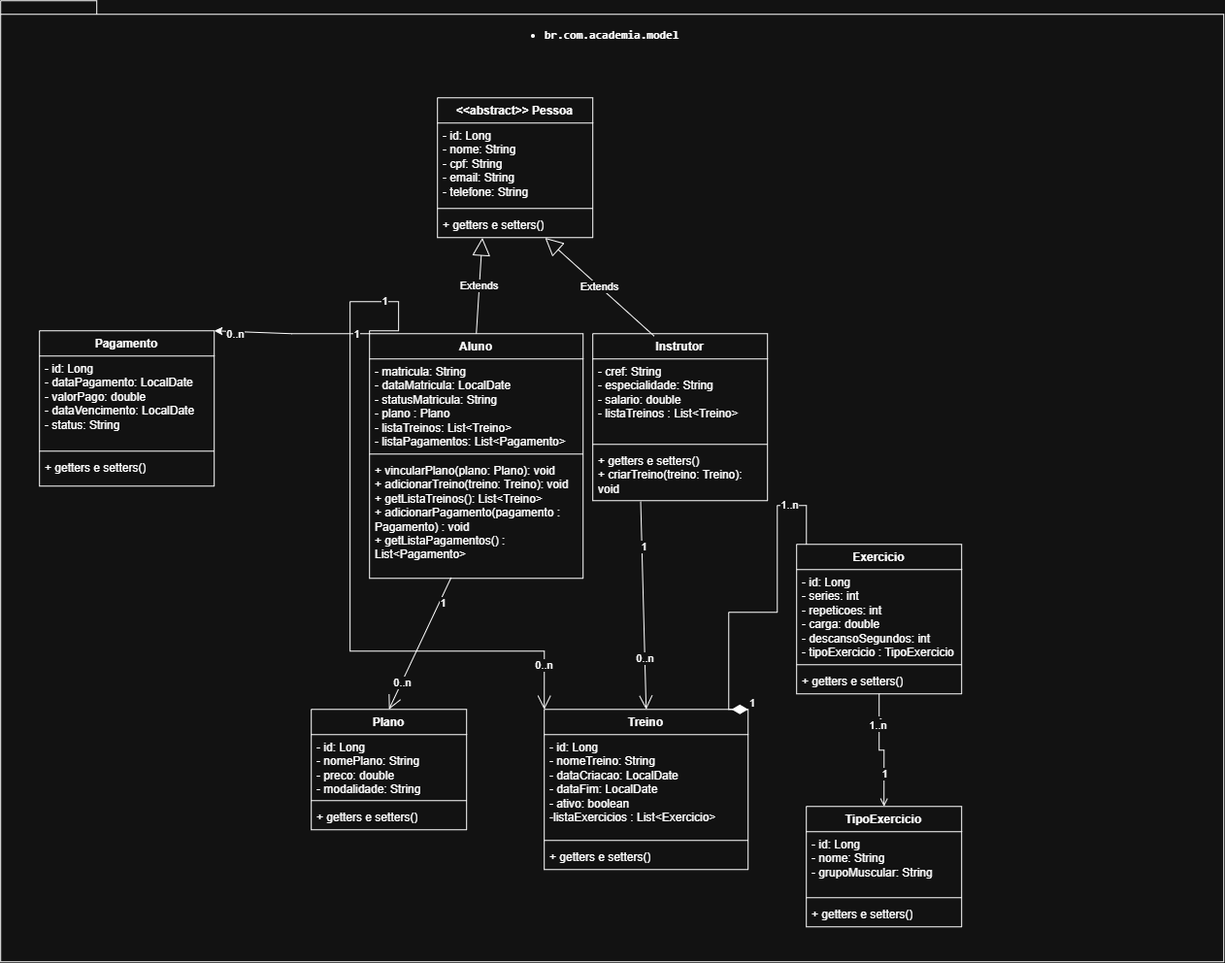
The draw.io diagram Projeto Academia.drawio.png in JoseBreno2026/academia, before a commit. Source tidied: cells renumbered, new cells last; positions are measured from the earlier drawing's top-left corner, leaving out a move shared by most shapes. Source of this version:
```xml
<mxGraphModel>
  <root>
    <mxCell id="0" />
    <mxCell id="1" parent="0" />
    <mxCell id="2" value="&lt;li&gt;&lt;p style=&quot;&quot;&gt;&lt;code style=&quot;line-height: 0%;&quot;&gt;br.com.academia.model&lt;/code&gt;&lt;/p&gt;&lt;/li&gt;" style="shape=folder;fontStyle=1;spacingTop=10;tabWidth=40;tabHeight=14;tabPosition=left;html=1;whiteSpace=wrap;align=center;verticalAlign=top;" parent="1" vertex="1">
      <mxGeometry width="1260" height="990" as="geometry" />
    </mxCell>
    <mxCell id="3" value="&amp;lt;&amp;lt;abstract&amp;gt;&amp;gt; Pessoa&lt;div&gt;&lt;br&gt;&lt;/div&gt;" style="swimlane;fontStyle=1;align=center;verticalAlign=top;horizontal=1;startSize=26;whiteSpace=wrap;html=1;" parent="1" vertex="1">
      <mxGeometry x="450" y="100" width="160" height="144" as="geometry" />
    </mxCell>
    <mxCell id="4" value="- id: Long&lt;div&gt;- nome: String&lt;/div&gt;&lt;div&gt;- cpf: String&lt;/div&gt;&lt;div&gt;- email: String&lt;/div&gt;&lt;div&gt;- telefone: String&lt;/div&gt;" style="text;strokeColor=none;fillColor=none;align=left;verticalAlign=top;spacingLeft=4;spacingRight=4;overflow=hidden;whiteSpace=wrap;html=1;" parent="3" vertex="1">
      <mxGeometry y="26" width="160" height="84" as="geometry" />
    </mxCell>
    <mxCell id="5" style="line;strokeWidth=1;fillColor=none;align=left;verticalAlign=middle;spacingTop=-1;spacingLeft=3;spacingRight=3;labelPosition=right;strokeColor=inherit;" parent="3" vertex="1">
      <mxGeometry y="110" width="160" height="8" as="geometry" />
    </mxCell>
    <mxCell id="6" value="+ getters e setters()" style="text;strokeColor=none;fillColor=none;align=left;verticalAlign=top;spacingLeft=4;spacingRight=4;overflow=hidden;points=[[0,0.5],[1,0.5]];portConstraint=eastwest;whiteSpace=wrap;html=1;" parent="3" vertex="1">
      <mxGeometry y="118" width="160" height="26" as="geometry" />
    </mxCell>
    <mxCell id="7" style="rounded=0;jettySize=auto;html=1;exitX=0;exitY=0;exitDx=0;exitDy=0;entryX=1;entryY=0;entryDx=0;entryDy=0;" parent="1" edge="1" source="10" target="51">
      <mxGeometry relative="1" as="geometry">
        <Array as="points">
          <mxPoint x="300" y="343" />
        </Array>
      </mxGeometry>
    </mxCell>
    <mxCell id="8" value="1" style="edgeLabel;html=1;align=center;verticalAlign=middle;" parent="7" vertex="1">
      <mxGeometry x="-0.82" relative="1" as="geometry" />
    </mxCell>
    <mxCell id="9" value="0..n" style="edgeLabel;html=1;align=center;verticalAlign=middle;" parent="7" vertex="1">
      <mxGeometry x="0.73" y="2" relative="1" as="geometry" />
    </mxCell>
    <mxCell id="10" value="&lt;div&gt;Aluno&lt;/div&gt;" style="swimlane;fontStyle=1;align=center;verticalAlign=top;horizontal=1;startSize=26;whiteSpace=wrap;html=1;" parent="1" vertex="1">
      <mxGeometry x="380" y="343" width="220" height="252" as="geometry" />
    </mxCell>
    <mxCell id="11" value="- matricula: String&lt;div&gt;- dataMatricula: LocalDate&lt;/div&gt;&lt;div&gt;- statusMatricula: String&lt;/div&gt;&lt;div&gt;- plano : Plano&lt;/div&gt;&lt;div&gt;- listaTreinos: List&amp;lt;Treino&amp;gt;&lt;/div&gt;&lt;div&gt;- listaPagamentos: List&amp;lt;Pagamento&amp;gt;&lt;/div&gt;&lt;div&gt;&lt;br&gt;&lt;/div&gt;" style="text;strokeColor=none;fillColor=none;align=left;verticalAlign=top;spacingLeft=4;spacingRight=4;overflow=hidden;whiteSpace=wrap;html=1;" parent="10" vertex="1">
      <mxGeometry y="26" width="220" height="94" as="geometry" />
    </mxCell>
    <mxCell id="12" style="line;strokeWidth=1;fillColor=none;align=left;verticalAlign=middle;spacingTop=-1;spacingLeft=3;spacingRight=3;labelPosition=right;strokeColor=inherit;" parent="10" vertex="1">
      <mxGeometry y="120" width="220" height="8" as="geometry" />
    </mxCell>
    <mxCell id="13" value="+ vincularPlano(plano: Plano): void&amp;nbsp;&lt;div&gt;&lt;div&gt;+ adicionarTreino(treino: Treino): void&lt;/div&gt;&lt;div&gt;+ getListaTreinos(): List&amp;lt;Treino&amp;gt;&lt;/div&gt;&lt;/div&gt;&lt;div&gt;+ adicionarPagamento(pagamento : Pagamento) : void&lt;/div&gt;&lt;div&gt;+ getListaPagamentos() : List&amp;lt;Pagamento&amp;gt;&lt;/div&gt;" style="text;strokeColor=none;fillColor=none;align=left;verticalAlign=top;spacingLeft=4;spacingRight=4;overflow=hidden;points=[[0,0.5],[1,0.5]];portConstraint=eastwest;whiteSpace=wrap;html=1;" parent="10" vertex="1">
      <mxGeometry y="128" width="220" height="124" as="geometry" />
    </mxCell>
    <mxCell id="14" value="Instrutor" style="swimlane;fontStyle=1;align=center;verticalAlign=top;horizontal=1;startSize=26;whiteSpace=wrap;html=1;" parent="1" vertex="1">
      <mxGeometry x="610" y="343" width="180" height="172" as="geometry" />
    </mxCell>
    <mxCell id="15" value="- cref: String&lt;div&gt;- especialidade: String&lt;/div&gt;&lt;div&gt;- salario: double&lt;/div&gt;&lt;div&gt;-&amp;nbsp;listaTreinos : List&amp;lt;Treino&amp;gt;&lt;/div&gt;" style="text;strokeColor=none;fillColor=none;align=left;verticalAlign=top;spacingLeft=4;spacingRight=4;overflow=hidden;whiteSpace=wrap;html=1;" parent="14" vertex="1">
      <mxGeometry y="26" width="180" height="84" as="geometry" />
    </mxCell>
    <mxCell id="16" style="line;strokeWidth=1;fillColor=none;align=left;verticalAlign=middle;spacingTop=-1;spacingLeft=3;spacingRight=3;labelPosition=right;strokeColor=inherit;" parent="14" vertex="1">
      <mxGeometry y="110" width="180" height="8" as="geometry" />
    </mxCell>
    <mxCell id="17" value="&lt;div&gt;+ getters e setters()&lt;/div&gt;+ criarTreino(treino: Treino): void" style="text;strokeColor=none;fillColor=none;align=left;verticalAlign=top;spacingLeft=4;spacingRight=4;overflow=hidden;points=[[0,0.5],[1,0.5]];portConstraint=eastwest;whiteSpace=wrap;html=1;" parent="14" vertex="1">
      <mxGeometry y="118" width="180" height="54" as="geometry" />
    </mxCell>
    <mxCell id="18" value="Plano" style="swimlane;fontStyle=1;align=center;verticalAlign=top;horizontal=1;startSize=26;whiteSpace=wrap;html=1;" parent="1" vertex="1">
      <mxGeometry x="320" y="730" width="160" height="124" as="geometry" />
    </mxCell>
    <mxCell id="19" value="- id: Long&lt;div&gt;- nomePlano: String&lt;/div&gt;&lt;div&gt;- preco: double&lt;/div&gt;&lt;div&gt;- modalidade: String&lt;/div&gt;" style="text;strokeColor=none;fillColor=none;align=left;verticalAlign=top;spacingLeft=4;spacingRight=4;overflow=hidden;whiteSpace=wrap;html=1;" parent="18" vertex="1">
      <mxGeometry y="26" width="160" height="64" as="geometry" />
    </mxCell>
    <mxCell id="20" style="line;strokeWidth=1;fillColor=none;align=left;verticalAlign=middle;spacingTop=-1;spacingLeft=3;spacingRight=3;labelPosition=right;strokeColor=inherit;" parent="18" vertex="1">
      <mxGeometry y="90" width="160" height="8" as="geometry" />
    </mxCell>
    <mxCell id="21" value="+ getters e setters()" style="text;strokeColor=none;fillColor=none;align=left;verticalAlign=top;spacingLeft=4;spacingRight=4;overflow=hidden;whiteSpace=wrap;html=1;" parent="18" vertex="1">
      <mxGeometry y="98" width="160" height="26" as="geometry" />
    </mxCell>
    <mxCell id="22" value="Treino" style="swimlane;fontStyle=1;align=center;verticalAlign=top;horizontal=1;startSize=26;whiteSpace=wrap;html=1;" parent="1" vertex="1">
      <mxGeometry x="560" y="730" width="210" height="165" as="geometry" />
    </mxCell>
    <mxCell id="23" value="- id: Long&lt;div&gt;- nomeTreino: String&lt;/div&gt;&lt;div&gt;- dataCriacao: LocalDate&lt;/div&gt;&lt;div&gt;- dataFim: LocalDate&lt;/div&gt;&lt;div&gt;- ativo: boolean&lt;/div&gt;&lt;div&gt;-listaExercicios : List&amp;lt;Exercicio&amp;gt;&lt;/div&gt;" style="text;strokeColor=none;fillColor=none;align=left;verticalAlign=top;spacingLeft=4;spacingRight=4;overflow=hidden;whiteSpace=wrap;html=1;" parent="22" vertex="1">
      <mxGeometry y="26" width="210" height="105" as="geometry" />
    </mxCell>
    <mxCell id="24" style="line;strokeWidth=1;fillColor=none;align=left;verticalAlign=middle;spacingTop=-1;spacingLeft=3;spacingRight=3;labelPosition=right;strokeColor=inherit;" parent="22" vertex="1">
      <mxGeometry y="131" width="210" height="8" as="geometry" />
    </mxCell>
    <mxCell id="25" value="+ getters e setters()" style="text;strokeColor=none;fillColor=none;align=left;verticalAlign=top;spacingLeft=4;spacingRight=4;overflow=hidden;whiteSpace=wrap;html=1;" parent="22" vertex="1">
      <mxGeometry y="139" width="210" height="26" as="geometry" />
    </mxCell>
    <mxCell id="26" style="edgeStyle=orthogonalEdgeStyle;rounded=0;jettySize=auto;html=1;exitX=0.5;exitY=1;exitDx=0;exitDy=0;entryX=0.5;entryY=0;entryDx=0;entryDy=0;endArrow=open;endFill=0;" parent="1" edge="1" source="30" target="47">
      <mxGeometry relative="1" as="geometry" />
    </mxCell>
    <mxCell id="27" value="1" style="edgeLabel;html=1;align=center;verticalAlign=middle;" parent="26" vertex="1">
      <mxGeometry x="-0.52" relative="1" as="geometry" />
    </mxCell>
    <mxCell id="28" value="1" style="edgeLabel;html=1;align=center;verticalAlign=middle;" parent="26" vertex="1">
      <mxGeometry x="0.44" relative="1" as="geometry" />
    </mxCell>
    <mxCell id="29" value="1..n" style="edgeLabel;html=1;align=center;verticalAlign=middle;" parent="26" vertex="1">
      <mxGeometry x="-0.48" y="-2" relative="1" as="geometry" />
    </mxCell>
    <mxCell id="30" value="Exercicio" style="swimlane;fontStyle=1;align=center;verticalAlign=top;horizontal=1;startSize=26;whiteSpace=wrap;html=1;" parent="1" vertex="1">
      <mxGeometry x="820" y="560" width="170" height="154" as="geometry" />
    </mxCell>
    <mxCell id="31" value="&lt;div&gt;- id: Long&lt;/div&gt;&lt;div&gt;- series: int&lt;/div&gt;&lt;div&gt;- repeticoes: int&lt;/div&gt;&lt;div&gt;- carga: double&lt;/div&gt;&lt;div&gt;- descansoSegundos: int&lt;/div&gt;&lt;div&gt;- tipoExercicio : TipoExercicio&lt;/div&gt;" style="text;strokeColor=none;fillColor=none;align=left;verticalAlign=top;spacingLeft=4;spacingRight=4;overflow=hidden;whiteSpace=wrap;html=1;" parent="30" vertex="1">
      <mxGeometry y="26" width="170" height="94" as="geometry" />
    </mxCell>
    <mxCell id="32" style="line;strokeWidth=1;fillColor=none;align=left;verticalAlign=middle;spacingTop=-1;spacingLeft=3;spacingRight=3;labelPosition=right;strokeColor=inherit;" parent="30" vertex="1">
      <mxGeometry y="120" width="170" height="8" as="geometry" />
    </mxCell>
    <mxCell id="33" value="+ getters e setters()" style="text;strokeColor=none;fillColor=none;align=left;verticalAlign=top;spacingLeft=4;spacingRight=4;overflow=hidden;whiteSpace=wrap;html=1;" parent="30" vertex="1">
      <mxGeometry y="128" width="170" height="26" as="geometry" />
    </mxCell>
    <mxCell id="34" value="Extends" style="endArrow=block;endSize=16;endFill=0;html=1;rounded=0;entryX=0.289;entryY=1.009;entryDx=0;entryDy=0;entryPerimeter=0;exitX=0.5;exitY=0;exitDx=0;exitDy=0;" parent="1" edge="1" source="10" target="6">
      <mxGeometry relative="1" as="geometry" />
    </mxCell>
    <mxCell id="35" value="Extends" style="endArrow=block;endSize=16;endFill=0;html=1;rounded=0;entryX=0.693;entryY=1.009;entryDx=0;entryDy=0;entryPerimeter=0;exitX=0.351;exitY=0.014;exitDx=0;exitDy=0;exitPerimeter=0;" parent="1" edge="1" source="14" target="6">
      <mxGeometry relative="1" as="geometry" />
    </mxCell>
    <mxCell id="36" style="endArrow=open;endFill=1;endSize=12;html=1;rounded=0;entryX=0.5;entryY=0;entryDx=0;entryDy=0;exitX=0.382;exitY=0.994;exitDx=0;exitDy=0;exitPerimeter=0;" parent="1" edge="1" source="13" target="18">
      <mxGeometry relative="1" as="geometry" />
    </mxCell>
    <mxCell id="37" value="1" style="edgeLabel;html=1;align=center;verticalAlign=middle;" parent="36" vertex="1">
      <mxGeometry x="-0.62" y="4" relative="1" as="geometry">
        <mxPoint y="-1" as="offset" />
      </mxGeometry>
    </mxCell>
    <mxCell id="38" value="0..n" style="edgeLabel;html=1;align=center;verticalAlign=middle;" parent="36" vertex="1">
      <mxGeometry x="0.59" relative="1" as="geometry" />
    </mxCell>
    <mxCell id="39" style="endArrow=open;endFill=1;endSize=12;html=1;rounded=0;exitX=0.274;exitY=1.017;exitDx=0;exitDy=0;exitPerimeter=0;entryX=0.5;entryY=0;entryDx=0;entryDy=0;" parent="1" edge="1" source="17" target="22">
      <mxGeometry relative="1" as="geometry" />
    </mxCell>
    <mxCell id="40" value="1" style="edgeLabel;html=1;align=center;verticalAlign=middle;" parent="39" vertex="1">
      <mxGeometry x="-0.57" y="2" relative="1" as="geometry" />
    </mxCell>
    <mxCell id="41" value="0..n" style="edgeLabel;html=1;align=center;verticalAlign=middle;" parent="39" vertex="1">
      <mxGeometry x="0.51" relative="1" as="geometry" />
    </mxCell>
    <mxCell id="42" value="1" style="endArrow=none;html=1;endSize=12;startArrow=diamondThin;startSize=14;startFill=1;edgeStyle=orthogonalEdgeStyle;align=left;verticalAlign=bottom;rounded=0;endFill=0;exitX=1;exitY=0;exitDx=0;exitDy=0;" parent="1" edge="1" source="22" target="30">
      <mxGeometry x="-1" y="3" relative="1" as="geometry">
        <Array as="points">
          <mxPoint x="750" y="730" />
          <mxPoint x="750" y="630" />
          <mxPoint x="800" y="630" />
          <mxPoint x="800" y="520" />
          <mxPoint x="830" y="520" />
        </Array>
      </mxGeometry>
    </mxCell>
    <mxCell id="43" value="1..n" style="edgeLabel;html=1;align=center;verticalAlign=middle;" parent="42" vertex="1">
      <mxGeometry x="0.67" y="1" relative="1" as="geometry" />
    </mxCell>
    <mxCell id="44" style="endArrow=open;endFill=1;endSize=12;html=1;rounded=0;edgeStyle=orthogonalEdgeStyle;exitX=0;exitY=0;exitDx=0;exitDy=0;entryX=0;entryY=0;entryDx=0;entryDy=0;" parent="1" edge="1" source="10" target="22">
      <mxGeometry relative="1" as="geometry">
        <Array as="points">
          <mxPoint x="410" y="340" />
          <mxPoint x="410" y="310" />
          <mxPoint x="360" y="310" />
          <mxPoint x="360" y="670" />
          <mxPoint x="560" y="670" />
        </Array>
      </mxGeometry>
    </mxCell>
    <mxCell id="45" value="1" style="edgeLabel;html=1;align=center;verticalAlign=middle;" parent="44" vertex="1">
      <mxGeometry x="-0.79" y="-1" relative="1" as="geometry" />
    </mxCell>
    <mxCell id="46" value="0..n" style="edgeLabel;html=1;align=center;verticalAlign=middle;" parent="44" vertex="1">
      <mxGeometry x="0.87" y="-1" relative="1" as="geometry" />
    </mxCell>
    <mxCell id="47" value="TipoExercicio" style="swimlane;fontStyle=1;align=center;verticalAlign=top;horizontal=1;startSize=26;whiteSpace=wrap;html=1;" parent="1" vertex="1">
      <mxGeometry x="830" y="830" width="160" height="124" as="geometry" />
    </mxCell>
    <mxCell id="48" value="- id: Long&lt;div&gt;- nome: String&lt;/div&gt;&lt;div&gt;- grupoMuscular: String&lt;/div&gt;&lt;div&gt;&lt;br&gt;&lt;/div&gt;" style="text;strokeColor=none;fillColor=none;align=left;verticalAlign=top;spacingLeft=4;spacingRight=4;overflow=hidden;whiteSpace=wrap;html=1;" parent="47" vertex="1">
      <mxGeometry y="26" width="160" height="64" as="geometry" />
    </mxCell>
    <mxCell id="49" style="line;strokeWidth=1;fillColor=none;align=left;verticalAlign=middle;spacingTop=-1;spacingLeft=3;spacingRight=3;labelPosition=right;strokeColor=inherit;" parent="47" vertex="1">
      <mxGeometry y="90" width="160" height="8" as="geometry" />
    </mxCell>
    <mxCell id="50" value="+ getters e setters()" style="text;strokeColor=none;fillColor=none;align=left;verticalAlign=top;spacingLeft=4;spacingRight=4;overflow=hidden;whiteSpace=wrap;html=1;" parent="47" vertex="1">
      <mxGeometry y="98" width="160" height="26" as="geometry" />
    </mxCell>
    <mxCell id="51" value="Pagamento" style="swimlane;fontStyle=1;align=center;verticalAlign=top;horizontal=1;startSize=26;whiteSpace=wrap;html=1;" parent="1" vertex="1">
      <mxGeometry x="40" y="340" width="180" height="160" as="geometry" />
    </mxCell>
    <mxCell id="52" value="- id: Long&lt;div&gt;- dataPagamento: LocalDate&lt;/div&gt;&lt;div&gt;- valorPago: double&lt;/div&gt;&lt;div&gt;- dataVencimento: LocalDate&lt;/div&gt;&lt;div&gt;- status: String&lt;/div&gt;&lt;div&gt;&lt;br&gt;&lt;/div&gt;" style="text;strokeColor=none;fillColor=none;align=left;verticalAlign=top;spacingLeft=4;spacingRight=4;overflow=hidden;whiteSpace=wrap;html=1;" parent="51" vertex="1">
      <mxGeometry y="26" width="180" height="94" as="geometry" />
    </mxCell>
    <mxCell id="53" style="line;strokeWidth=1;fillColor=none;align=left;verticalAlign=middle;spacingTop=-1;spacingLeft=3;spacingRight=3;labelPosition=right;strokeColor=inherit;" parent="51" vertex="1">
      <mxGeometry y="120" width="180" height="8" as="geometry" />
    </mxCell>
    <mxCell id="54" value="+ getters e setters()" style="text;strokeColor=none;fillColor=none;align=left;verticalAlign=top;spacingLeft=4;spacingRight=4;overflow=hidden;whiteSpace=wrap;html=1;" parent="51" vertex="1">
      <mxGeometry y="128" width="180" height="32" as="geometry" />
    </mxCell>
  </root>
</mxGraphModel>
```
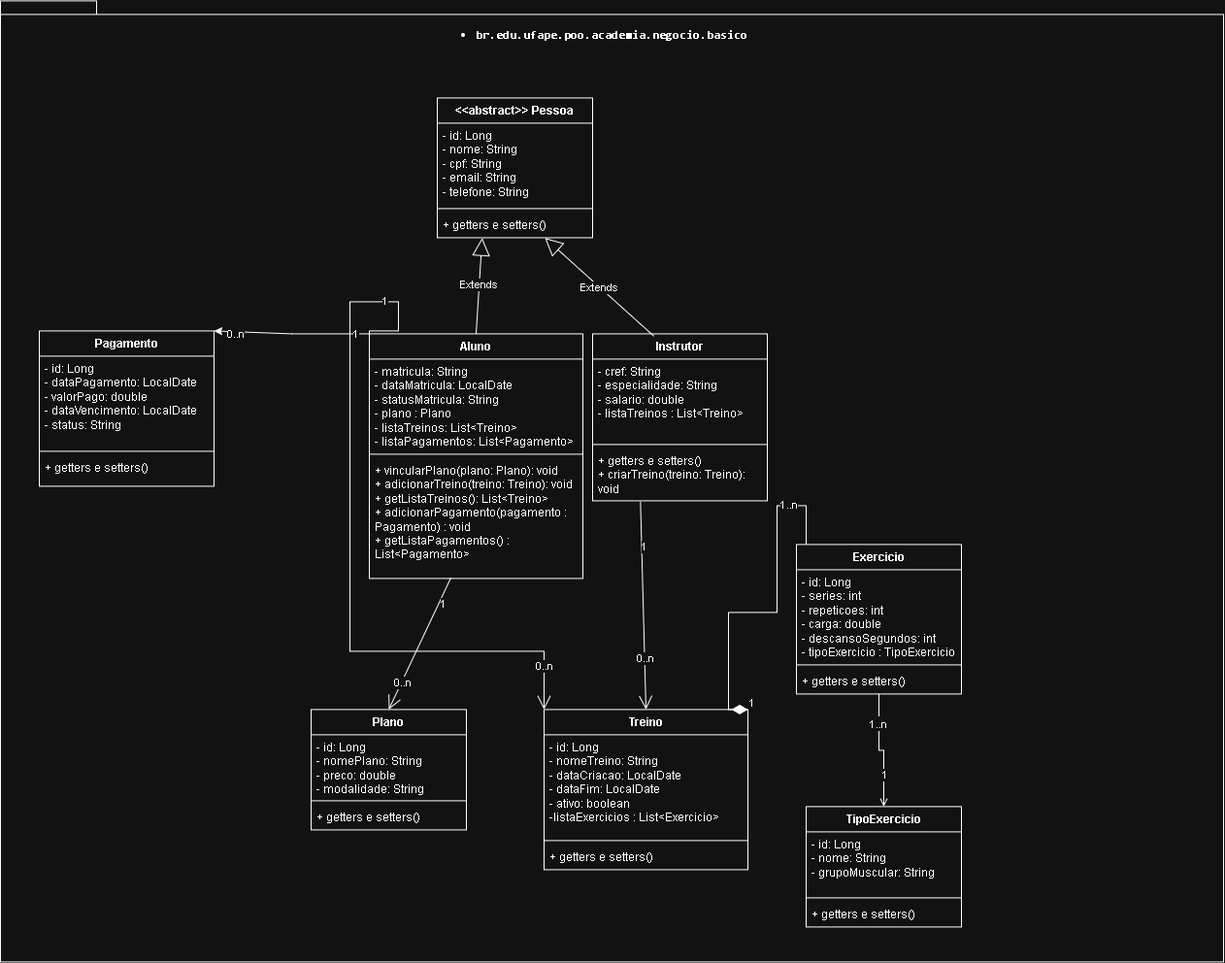
The same file after the commit.

Commit message:
test: adiciona @Transactional e @Rollback(false) na suite de testes, inclui diagrama UML na raiz e adiciona verificacoes de incremento e contagem nos repositorios

Change to the diagram source:
```diff
@@ -2,7 +2,7 @@
   <root>
     <mxCell id="0" />
     <mxCell id="1" parent="0" />
-    <mxCell id="2" value="&lt;li&gt;&lt;p style=&quot;&quot;&gt;&lt;code style=&quot;line-height: 0%;&quot;&gt;br.com.academia.model&lt;/code&gt;&lt;/p&gt;&lt;/li&gt;" style="shape=folder;fontStyle=1;spacingTop=10;tabWidth=40;tabHeight=14;tabPosition=left;html=1;whiteSpace=wrap;align=center;verticalAlign=top;" parent="1" vertex="1">
+    <mxCell id="2" value="&lt;li&gt;&lt;p style=&quot;&quot;&gt;&lt;code style=&quot;line-height: 0%;&quot;&gt;br.edu.ufape.poo.academia.negocio.basico&lt;/code&gt;&lt;/p&gt;&lt;/li&gt;" style="shape=folder;fontStyle=1;spacingTop=10;tabWidth=40;tabHeight=14;tabPosition=left;html=1;whiteSpace=wrap;align=center;verticalAlign=top;" parent="1" vertex="1">
       <mxGeometry width="1260" height="990" as="geometry" />
     </mxCell>
     <mxCell id="3" value="&amp;lt;&amp;lt;abstract&amp;gt;&amp;gt; Pessoa&lt;div&gt;&lt;br&gt;&lt;/div&gt;" style="swimlane;fontStyle=1;align=center;verticalAlign=top;horizontal=1;startSize=26;whiteSpace=wrap;html=1;" parent="1" vertex="1">
```
